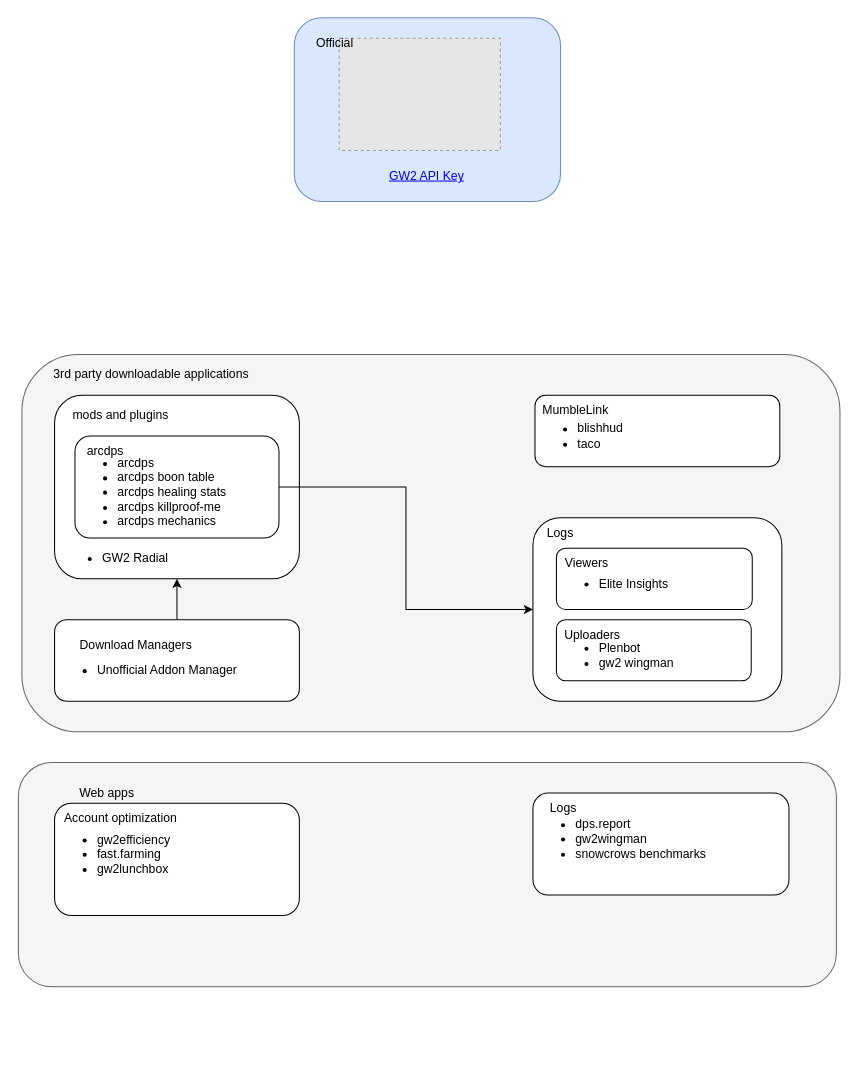
Earlier version of the draw.io diagram index.drawio (ClaytonAstrom/claytonastrom.github.io). Source tidied: cells renumbered, new cells numbered last; positions are measured from the earlier drawing's top-left corner, leaving out a move shared by most shapes. Both pictures are drawn from the tidied source at 102%, with x=0, y=0 at pixel (17, 17). Pictures stored in the file or linked from it are replaced by grey dashed boxes.
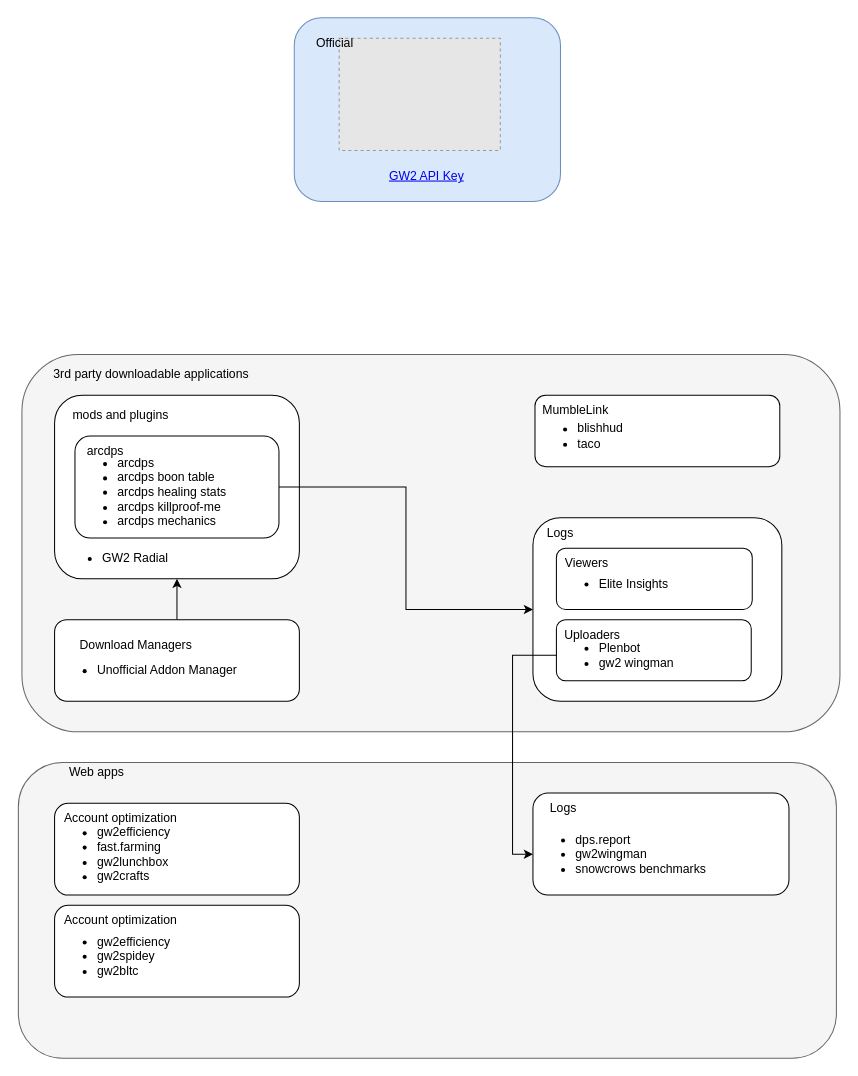
The same diagram, later.

Unchanged cells that the change refers to:
```xml
<mxCell id="29" value="&lt;ul&gt;&lt;li&gt;Plenbot&lt;/li&gt;&lt;li&gt;gw2 wingman&lt;/li&gt;&lt;/ul&gt;" style="text;strokeColor=none;align=left;fillColor=none;html=1;verticalAlign=middle;whiteSpace=wrap;rounded=0;" parent="1" vertex="1">
  <mxGeometry x="528" y="610" width="151" height="30" as="geometry" />
</mxCell>
```

The edit, as a diff of the source:
```diff
@@
     <mxCell id="30" style="rounded=1;whiteSpace=wrap;html=1;fillColor=#f5f5f5;strokeColor=#666666;fontColor=#333333;" parent="1" vertex="1">
-      <mxGeometry x="0.5" y="730" width="802" height="220" as="geometry" />
+      <mxGeometry x="0.5" y="730" width="802" height="290" as="geometry" />
     </mxCell>
     <mxCell id="31" value="Web apps" style="text;strokeColor=none;align=center;fillColor=none;html=1;verticalAlign=middle;whiteSpace=wrap;rounded=0;" parent="1" vertex="1">
-      <mxGeometry x="36" y="750" width="102.5" height="20" as="geometry" />
+      <mxGeometry x="26" y="730" width="102.5" height="20" as="geometry" />
     </mxCell>
@@
     <mxCell id="34" value="&lt;ul&gt;&lt;li&gt;dps.report&lt;/li&gt;&lt;li&gt;gw2wingman&lt;/li&gt;&lt;li&gt;snowcrows benchmarks&lt;/li&gt;&lt;/ul&gt;" style="text;strokeColor=none;align=left;fillColor=none;html=1;verticalAlign=middle;whiteSpace=wrap;rounded=0;" parent="1" vertex="1">
-      <mxGeometry x="505" y="790" width="181" height="30" as="geometry" />
+      <mxGeometry x="505" y="790" width="181" height="60" as="geometry" />
     </mxCell>
     <mxCell id="35" style="rounded=1;whiteSpace=wrap;html=1;" parent="1" vertex="1">
-      <mxGeometry x="36" y="770" width="240" height="110" as="geometry" />
+      <mxGeometry x="36" y="770" width="240" height="90" as="geometry" />
     </mxCell>
@@
-    <mxCell id="37" value="&lt;ul&gt;&lt;li&gt;gw2efficiency&lt;/li&gt;&lt;li&gt;fast.farming&lt;/li&gt;&lt;li&gt;gw2lunchbox&lt;/li&gt;&lt;/ul&gt;" style="text;strokeColor=none;align=left;fillColor=none;html=1;verticalAlign=middle;whiteSpace=wrap;rounded=0;" parent="1" vertex="1">
+    <mxCell id="37" value="&lt;ul&gt;&lt;li&gt;gw2efficiency&lt;/li&gt;&lt;li&gt;fast.farming&lt;/li&gt;&lt;li&gt;gw2lunchbox&lt;/li&gt;&lt;li&gt;gw2crafts&lt;/li&gt;&lt;/ul&gt;" style="text;strokeColor=none;align=left;fillColor=none;html=1;verticalAlign=middle;whiteSpace=wrap;rounded=0;" parent="1" vertex="1">
       <mxGeometry x="36" y="800" width="130" height="40" as="geometry" />
     </mxCell>
+    <mxCell id="38" style="rounded=1;whiteSpace=wrap;html=1;" parent="1" vertex="1">
+      <mxGeometry x="36" y="870" width="240" height="90" as="geometry" />
+    </mxCell>
+    <mxCell id="39" value="Account optimization" style="text;strokeColor=none;align=center;fillColor=none;html=1;verticalAlign=middle;whiteSpace=wrap;rounded=0;" parent="1" vertex="1">
+      <mxGeometry x="36" y="870" width="130" height="30" as="geometry" />
+    </mxCell>
+    <mxCell id="40" value="&lt;ul&gt;&lt;li&gt;gw2efficiency&lt;/li&gt;&lt;li&gt;gw2spidey&lt;/li&gt;&lt;li&gt;gw2bltc&lt;/li&gt;&lt;/ul&gt;" style="text;strokeColor=none;align=left;fillColor=none;html=1;verticalAlign=middle;whiteSpace=wrap;rounded=0;" parent="1" vertex="1">
+      <mxGeometry x="36" y="900" width="130" height="40" as="geometry" />
+    </mxCell>
+    <mxCell id="41" style="edgeStyle=orthogonalEdgeStyle;rounded=0;jettySize=auto;html=1;exitX=0;exitY=0.5;exitDx=0;exitDy=0;entryX=0;entryY=0.5;entryDx=0;entryDy=0;" parent="1" edge="1" source="29" target="34">
+      <mxGeometry relative="1" as="geometry" />
+    </mxCell>
```
